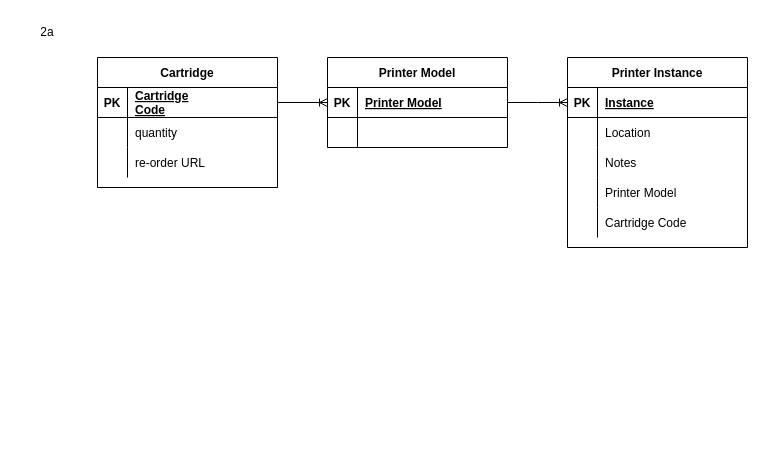
This is Computer Systems/1.3/1.3.2/images/Practise exam.drawio from JachymT/a-level-cs-blog, a draw.io file, before an edit. Source tidied: cells renumbered, new cells numbered last; positions are measured from the earlier drawing's top-left corner, leaving out a move shared by most shapes. Both pictures are drawn from the tidied source at 100%, with x=0, y=0 at pixel (17, 17).
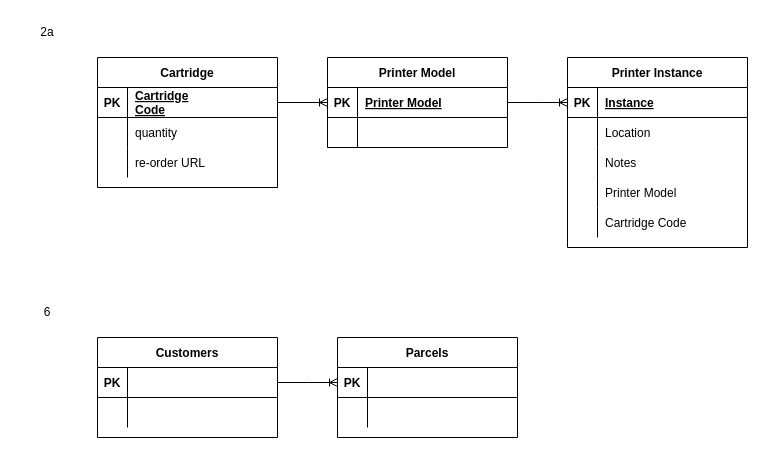
Above is the later version.

Change to the diagram source:
```diff
@@
+    <mxCell id="38" value="6" style="text;html=1;strokeColor=none;fillColor=none;align=center;verticalAlign=middle;whiteSpace=wrap;rounded=0;" parent="1" vertex="1">
+      <mxGeometry y="280" width="60" height="30" as="geometry" />
+    </mxCell>
+    <mxCell id="39" value="Customers" style="shape=table;startSize=30;childLayout=tableLayout;rowLines=0;fontStyle=1;align=center;" parent="1" vertex="1">
+      <mxGeometry x="80" y="320" width="180" height="100" as="geometry" />
+    </mxCell>
+    <mxCell id="40" style="shape=partialRectangle;fillColor=none;top=0;left=0;bottom=1;right=0;points=[[0,0.5],[1,0.5]];portConstraint=eastwest;" parent="39" vertex="1">
+      <mxGeometry y="30" width="180" height="30" as="geometry" />
+    </mxCell>
+    <mxCell id="41" value="PK" style="shape=partialRectangle;fillColor=none;top=0;left=0;bottom=0;right=0;fontStyle=1;overflow=hidden;" parent="40" vertex="1">
+      <mxGeometry width="30" height="30" as="geometry" />
+    </mxCell>
+    <mxCell id="42" style="shape=partialRectangle;fillColor=none;top=0;left=0;bottom=0;right=0;align=left;spacingLeft=6;fontStyle=5;overflow=hidden;" parent="40" vertex="1">
+      <mxGeometry x="30" width="150" height="30" as="geometry" />
+    </mxCell>
+    <mxCell id="43" style="shape=partialRectangle;fillColor=none;top=0;left=0;bottom=0;right=0;" parent="39" vertex="1">
+      <mxGeometry y="60" width="180" height="30" as="geometry" />
+    </mxCell>
+    <mxCell id="44" style="shape=partialRectangle;fillColor=none;top=0;left=0;bottom=0;right=0;overflow=hidden;" parent="43" vertex="1">
+      <mxGeometry width="30" height="30" as="geometry" />
+    </mxCell>
+    <mxCell id="45" style="shape=partialRectangle;fillColor=none;top=0;left=0;bottom=0;right=0;align=left;spacingLeft=6;overflow=hidden;" parent="43" vertex="1">
+      <mxGeometry x="30" width="150" height="30" as="geometry" />
+    </mxCell>
+    <mxCell id="46" value="Parcels" style="shape=table;startSize=30;childLayout=tableLayout;rowLines=0;fontStyle=1;align=center;" parent="1" vertex="1">
+      <mxGeometry x="320" y="320" width="180" height="100" as="geometry" />
+    </mxCell>
+    <mxCell id="47" style="shape=partialRectangle;fillColor=none;top=0;left=0;bottom=1;right=0;points=[[0,0.5],[1,0.5]];portConstraint=eastwest;" parent="46" vertex="1">
+      <mxGeometry y="30" width="180" height="30" as="geometry" />
+    </mxCell>
+    <mxCell id="48" value="PK" style="shape=partialRectangle;fillColor=none;top=0;left=0;bottom=0;right=0;fontStyle=1;overflow=hidden;" parent="47" vertex="1">
+      <mxGeometry width="30" height="30" as="geometry" />
+    </mxCell>
+    <mxCell id="49" style="shape=partialRectangle;fillColor=none;top=0;left=0;bottom=0;right=0;align=left;spacingLeft=6;fontStyle=5;overflow=hidden;" parent="47" vertex="1">
+      <mxGeometry x="30" width="150" height="30" as="geometry" />
+    </mxCell>
+    <mxCell id="50" style="shape=partialRectangle;fillColor=none;top=0;left=0;bottom=0;right=0;" parent="46" vertex="1">
+      <mxGeometry y="60" width="180" height="30" as="geometry" />
+    </mxCell>
+    <mxCell id="51" style="shape=partialRectangle;fillColor=none;top=0;left=0;bottom=0;right=0;overflow=hidden;" parent="50" vertex="1">
+      <mxGeometry width="30" height="30" as="geometry" />
+    </mxCell>
+    <mxCell id="52" style="shape=partialRectangle;fillColor=none;top=0;left=0;bottom=0;right=0;align=left;spacingLeft=6;overflow=hidden;" parent="50" vertex="1">
+      <mxGeometry x="30" width="150" height="30" as="geometry" />
+    </mxCell>
+    <mxCell id="53" style="edgeStyle=entityRelationEdgeStyle;fontSize=12;html=1;endArrow=ERoneToMany;rounded=0;entryX=0;entryY=0.5;entryDx=0;entryDy=0;exitX=1;exitY=0.5;exitDx=0;exitDy=0;" parent="1" edge="1" source="40" target="47">
+      <mxGeometry relative="1" as="geometry" />
+    </mxCell>
```
